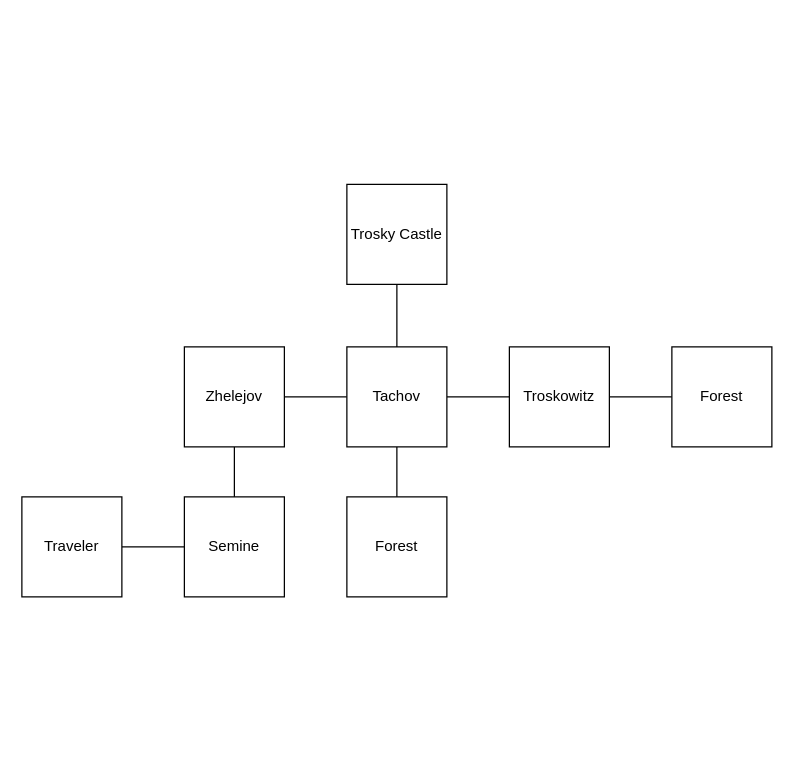
BasilCZ/KingdomComeGame keeps this draw.io diagram as Trosky.drawio. Above is the earlier version. Source tidied: cells renumbered, new cells numbered last; positions are measured from the earlier drawing's top-left corner, leaving out a move shared by most shapes. Both pictures are drawn from the tidied source at 125%, with x=0, y=0 at pixel (21, 184).
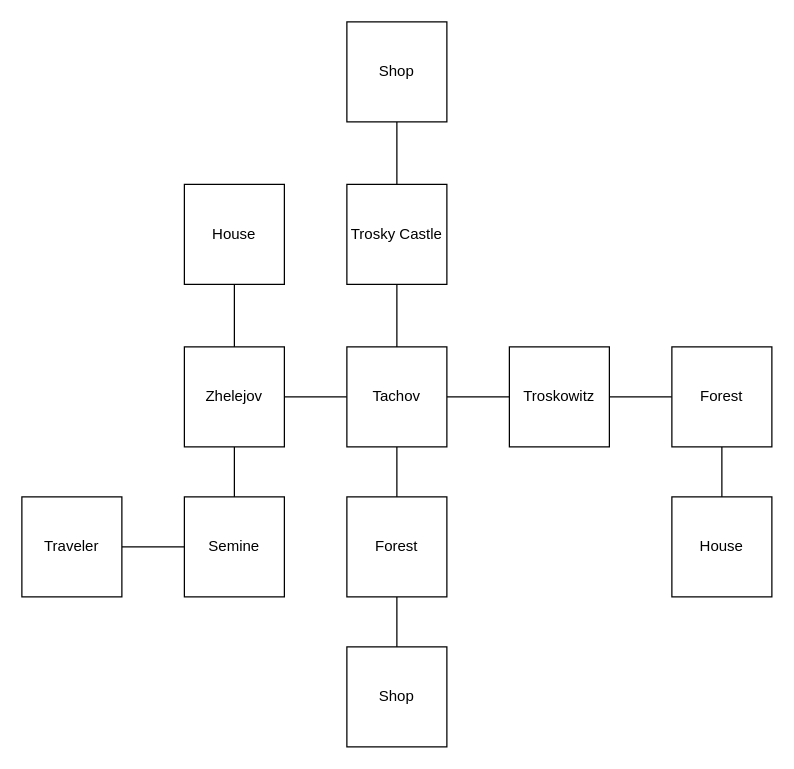
After the change.

The change refers to these unchanged cells:
```xml
<mxCell id="6" value="Zhelejov" style="whiteSpace=wrap;html=1;" parent="1" vertex="1">
  <mxGeometry x="130" y="130" width="80" height="80" as="geometry" />
</mxCell>
<mxCell id="12" value="Trosky Castle" style="whiteSpace=wrap;html=1;" parent="1" vertex="1">
  <mxGeometry x="260" width="80" height="80" as="geometry" />
</mxCell>
<mxCell id="13" value="Forest" style="whiteSpace=wrap;html=1;" parent="1" vertex="1">
  <mxGeometry x="260" y="250" width="80" height="80" as="geometry" />
</mxCell>
<mxCell id="14" value="Forest" style="whiteSpace=wrap;html=1;" parent="1" vertex="1">
  <mxGeometry x="520" y="130" width="80" height="80" as="geometry" />
</mxCell>
```

Change to the diagram source:
```diff
@@
+    <mxCell id="17" style="edgeStyle=orthogonalEdgeStyle;rounded=0;jettySize=auto;html=1;entryX=0.5;entryY=1;entryDx=0;entryDy=0;startArrow=none;startFill=0;endArrow=none;" parent="1" edge="1" source="6" target="21">
+      <mxGeometry relative="1" as="geometry" />
+    </mxCell>
@@
+    <mxCell id="18" style="edgeStyle=orthogonalEdgeStyle;rounded=0;jettySize=auto;html=1;entryX=0.5;entryY=0;entryDx=0;entryDy=0;endArrow=none;startFill=0;" parent="1" edge="1" source="13" target="20">
+      <mxGeometry relative="1" as="geometry" />
+    </mxCell>
@@
+    <mxCell id="19" style="edgeStyle=orthogonalEdgeStyle;rounded=0;jettySize=auto;html=1;entryX=0.5;entryY=0;entryDx=0;entryDy=0;startArrow=none;startFill=0;endArrow=none;" parent="1" edge="1" source="14" target="22">
+      <mxGeometry relative="1" as="geometry" />
+    </mxCell>
@@
+    <mxCell id="20" value="Shop" style="whiteSpace=wrap;html=1;" parent="1" vertex="1">
+      <mxGeometry x="260" y="370" width="80" height="80" as="geometry" />
+    </mxCell>
+    <mxCell id="21" value="House" style="whiteSpace=wrap;html=1;" parent="1" vertex="1">
+      <mxGeometry x="130" width="80" height="80" as="geometry" />
+    </mxCell>
+    <mxCell id="22" value="House" style="whiteSpace=wrap;html=1;" parent="1" vertex="1">
+      <mxGeometry x="520" y="250" width="80" height="80" as="geometry" />
+    </mxCell>
+    <mxCell id="23" style="edgeStyle=orthogonalEdgeStyle;rounded=0;jettySize=auto;html=1;entryX=0.5;entryY=0;entryDx=0;entryDy=0;startArrow=none;startFill=0;endArrow=none;" parent="1" edge="1" source="24" target="12">
+      <mxGeometry relative="1" as="geometry" />
+    </mxCell>
+    <mxCell id="24" value="Shop" style="whiteSpace=wrap;html=1;" parent="1" vertex="1">
+      <mxGeometry x="260" y="-130" width="80" height="80" as="geometry" />
+    </mxCell>
```
